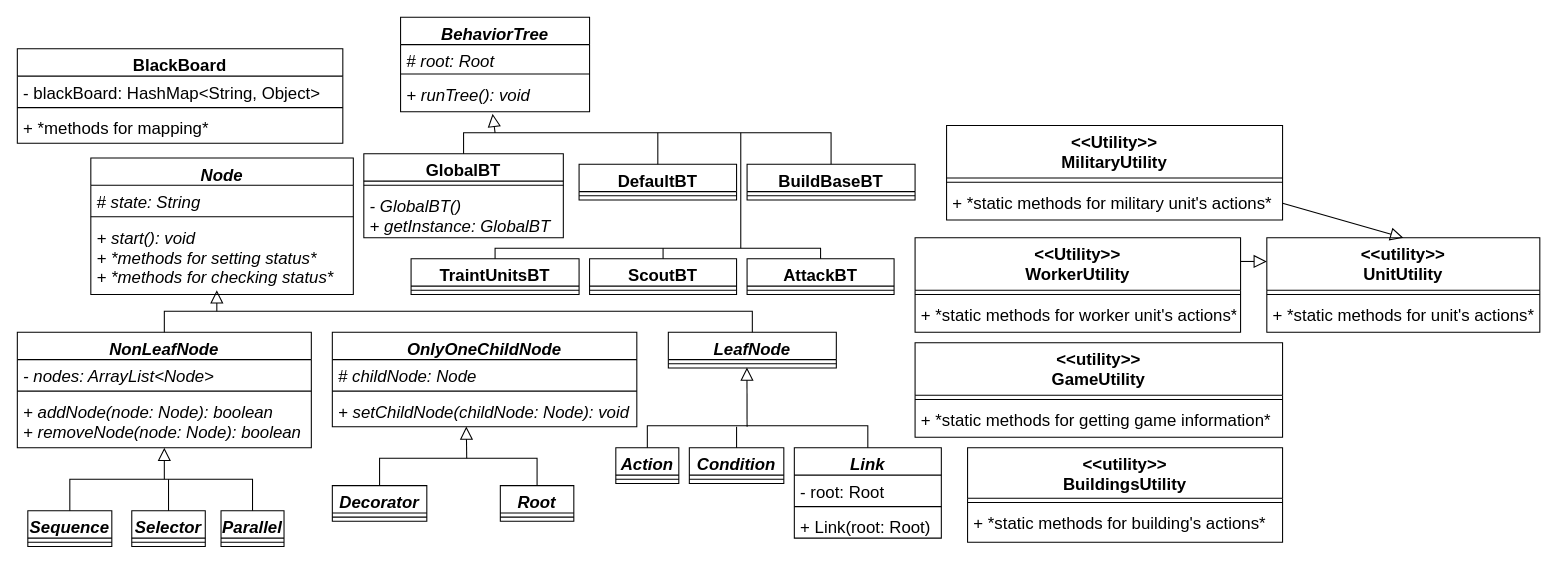
This is Диплом/Основа/Схемы/ClassesForPresentation.drawio from Auhadiev/StarCraftBotBTs, a draw.io file, before an edit. Source tidied: cells renumbered, new cells numbered last; positions are measured from the earlier drawing's top-left corner, leaving out a move shared by most shapes. Both pictures are drawn from the tidied source at 105%, with x=0, y=0 at pixel (17, 17).
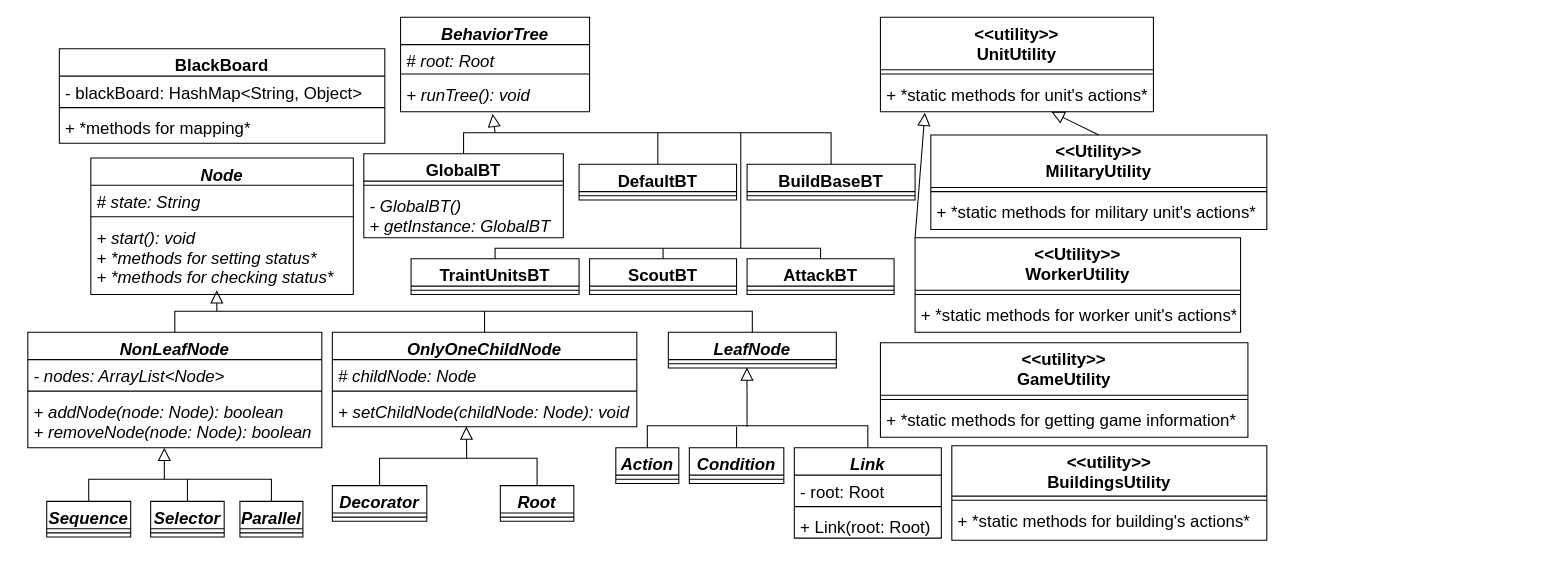
After the change.

The change refers to these unchanged cells:
```xml
<mxCell id="6" value="LeafNode" style="swimlane;fontStyle=3;align=center;verticalAlign=top;horizontal=1;startSize=26;fontSize=16;" parent="1" vertex="1">
  <mxGeometry x="620" y="300" width="160" height="34" as="geometry" />
</mxCell>
<mxCell id="28" value="&lt;&lt;Utility&gt;&gt;&#10;WorkerUtility" style="swimlane;fontStyle=1;align=center;verticalAlign=top;horizontal=1;startSize=50;fontSize=16;" parent="1" vertex="1">
  <mxGeometry x="855" y="210" width="310" height="90" as="geometry" />
</mxCell>
<mxCell id="33" value="+ *static methods for military unit's actions*" style="text;strokeColor=none;fillColor=none;align=left;verticalAlign=top;spacingLeft=4;spacingRight=4;overflow=hidden;points=[[0,0.5],[1,0.5]];portConstraint=eastwest;fontSize=16;" parent="31" vertex="1">
  <mxGeometry y="58" width="320" height="32" as="geometry" />
</mxCell>
<mxCell id="39" value="+ *static methods for unit's actions*" style="text;strokeColor=none;fillColor=none;align=left;verticalAlign=top;spacingLeft=4;spacingRight=4;overflow=hidden;points=[[0,0.5],[1,0.5]];portConstraint=eastwest;fontStyle=0;fontSize=16;" parent="37" vertex="1">
  <mxGeometry y="58" width="260" height="32" as="geometry" />
</mxCell>
<mxCell id="78" value="OnlyOneChildNode" style="swimlane;fontStyle=3;align=center;verticalAlign=top;horizontal=1;startSize=26;fontSize=16;" parent="1" vertex="1">
  <mxGeometry x="300" y="300" width="290" height="90" as="geometry" />
</mxCell>
```

Change to the diagram source:
```diff
@@
     <mxCell id="16" value="NonLeafNode" style="swimlane;fontStyle=3;align=center;verticalAlign=top;horizontal=1;startSize=26;fontSize=16;" parent="1" vertex="1">
-      <mxGeometry y="300" width="280" height="110" as="geometry" />
+      <mxGeometry x="10" y="300" width="280" height="110" as="geometry" />
     </mxCell>
@@
     <mxCell id="20" value="Selector" style="swimlane;fontStyle=3;align=center;verticalAlign=top;horizontal=1;startSize=26;fontSize=16;" parent="1" vertex="1">
-      <mxGeometry x="109" y="470" width="70" height="34" as="geometry" />
+      <mxGeometry x="127" y="461" width="70" height="34" as="geometry" />
     </mxCell>
@@
     <mxCell id="22" value="Sequence" style="swimlane;fontStyle=3;align=center;verticalAlign=top;horizontal=1;startSize=26;fontSize=16;" parent="1" vertex="1">
-      <mxGeometry x="10" y="470" width="80" height="34" as="geometry" />
+      <mxGeometry x="28" y="461" width="80" height="34" as="geometry" />
     </mxCell>
@@
     <mxCell id="26" value="Parallel" style="swimlane;fontStyle=3;align=center;verticalAlign=top;horizontal=1;startSize=26;fontSize=16;" parent="1" vertex="1">
-      <mxGeometry x="194" y="470" width="60" height="34" as="geometry" />
+      <mxGeometry x="212" y="461" width="60" height="34" as="geometry" />
     </mxCell>
@@
     <mxCell id="31" value="&lt;&lt;Utility&gt;&gt;&#10;MilitaryUtility" style="swimlane;fontStyle=1;align=center;verticalAlign=top;horizontal=1;startSize=50;fontSize=16;" parent="1" vertex="1">
-      <mxGeometry x="885" y="103" width="320" height="90" as="geometry" />
+      <mxGeometry x="870" y="112" width="320" height="90" as="geometry" />
     </mxCell>
@@
     <mxCell id="34" value="&lt;&lt;utility&gt;&gt;&#10;BuildingsUtility" style="swimlane;fontStyle=1;align=center;verticalAlign=top;horizontal=1;startSize=48;fontSize=16;" parent="1" vertex="1">
-      <mxGeometry x="905" y="410" width="300" height="90" as="geometry" />
+      <mxGeometry x="890" y="408" width="300" height="90" as="geometry" />
     </mxCell>
@@
     <mxCell id="37" value="&lt;&lt;utility&gt;&gt;&#10;UnitUtility" style="swimlane;fontStyle=1;align=center;verticalAlign=top;horizontal=1;startSize=50;fontSize=16;" parent="1" vertex="1">
-      <mxGeometry x="1190" y="210" width="260" height="90" as="geometry" />
+      <mxGeometry x="822" width="260" height="90" as="geometry" />
     </mxCell>
@@
     <mxCell id="40" value="&lt;&lt;utility&gt;&gt;&#10;GameUtility" style="swimlane;fontStyle=1;align=center;verticalAlign=top;horizontal=1;startSize=50;fontSize=16;" parent="1" vertex="1">
-      <mxGeometry x="855" y="310" width="350" height="90" as="geometry" />
+      <mxGeometry x="822" y="310" width="350" height="90" as="geometry" />
     </mxCell>
@@
-    <mxCell id="43" style="endArrow=block;html=1;rounded=0;endSize=10;endFill=0;entryX=0.5;entryY=0;entryDx=0;entryDy=0;fontSize=16;exitX=1;exitY=0.5;exitDx=0;exitDy=0;" parent="1" edge="1" source="33" target="37">
+    <mxCell id="43" style="endArrow=block;html=1;rounded=0;endSize=10;endFill=0;fontSize=16;exitX=0.5;exitY=0;exitDx=0;exitDy=0;" parent="1" edge="1" source="31" target="39">
       <mxGeometry relative="1" as="geometry" />
     </mxCell>
     <mxCell id="44" style="endArrow=none;html=1;rounded=0;endSize=10;exitX=0.5;exitY=0;exitDx=0;exitDy=0;entryX=0.5;entryY=0;entryDx=0;entryDy=0;fontSize=16;" parent="1" edge="1" source="16" target="6">
       <mxGeometry relative="1" as="geometry">
         <Array as="points">
-          <mxPoint x="140" y="280" />
+          <mxPoint x="150" y="280" />
           <mxPoint x="700" y="280" />
         </Array>
       </mxGeometry>
     </mxCell>
@@
     <mxCell id="48" style="endArrow=none;html=1;rounded=0;endSize=10;exitX=0.5;exitY=0;exitDx=0;exitDy=0;entryX=0.5;entryY=0;entryDx=0;entryDy=0;fontSize=16;" parent="1" edge="1" source="22" target="26">
       <mxGeometry relative="1" as="geometry">
         <Array as="points">
-          <mxPoint x="50" y="440" />
-          <mxPoint x="224" y="440" />
+          <mxPoint x="68" y="440" />
+          <mxPoint x="242" y="440" />
         </Array>
       </mxGeometry>
     </mxCell>
     <mxCell id="49" style="endArrow=none;html=1;rounded=0;endSize=10;exitX=0.5;exitY=0;exitDx=0;exitDy=0;fontSize=16;" parent="1" edge="1" source="20">
       <mxGeometry relative="1" as="geometry">
-        <mxPoint x="144" y="440" as="targetPoint" />
+        <mxPoint x="162" y="440" as="targetPoint" />
       </mxGeometry>
     </mxCell>
@@
     <mxCell id="74" value="BlackBoard" style="swimlane;fontStyle=1;align=center;verticalAlign=top;horizontal=1;startSize=26;fontSize=16;" parent="1" vertex="1">
-      <mxGeometry y="30" width="310" height="90" as="geometry" />
+      <mxGeometry x="40" y="30" width="310" height="90" as="geometry" />
     </mxCell>
@@
-    <mxCell id="86" style="endArrow=block;html=1;rounded=0;endSize=10;endFill=0;entryX=0;entryY=0.25;entryDx=0;entryDy=0;fontSize=16;exitX=1;exitY=0.25;exitDx=0;exitDy=0;" parent="1" edge="1" source="28" target="37">
+    <mxCell id="86" style="endArrow=block;html=1;rounded=0;endSize=10;endFill=0;entryX=0.163;entryY=1.031;entryDx=0;entryDy=0;fontSize=16;exitX=0;exitY=0;exitDx=0;exitDy=0;entryPerimeter=0;" parent="1" edge="1" source="28" target="39">
       <mxGeometry relative="1" as="geometry" />
     </mxCell>
@@
+    <mxCell id="88" style="endArrow=none;html=1;rounded=0;endSize=10;fontSize=16;exitX=0.5;exitY=0;exitDx=0;exitDy=0;" parent="1" edge="1" source="78">
+      <mxGeometry relative="1" as="geometry">
+        <mxPoint x="445" y="280" as="targetPoint" />
+      </mxGeometry>
+    </mxCell>
```
